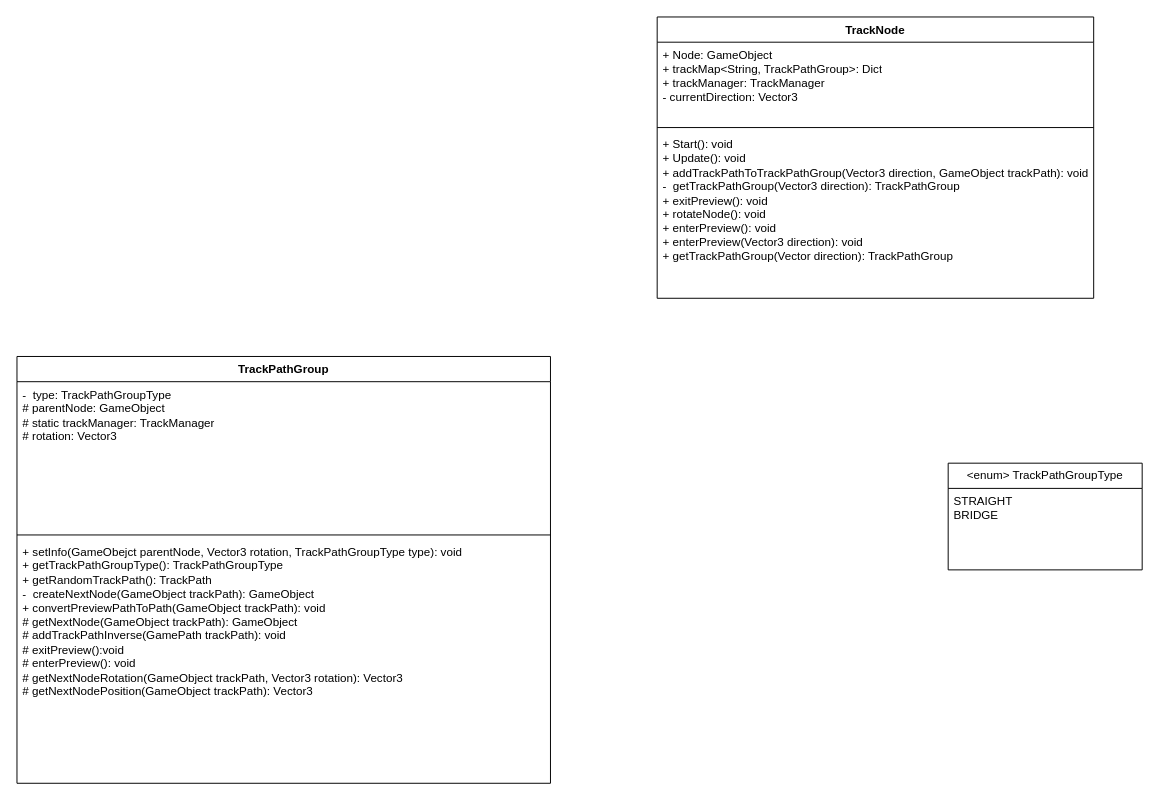
Before: Untitled Diagram.drawio in imohamedibrahim/Random-Cricket, a draw.io diagram. Source tidied: cells renumbered, new cells numbered last; positions are measured from the earlier drawing's top-left corner, leaving out a move shared by most shapes. Both pictures are drawn from the tidied source at 97%, with x=0, y=0 at pixel (16, 16).
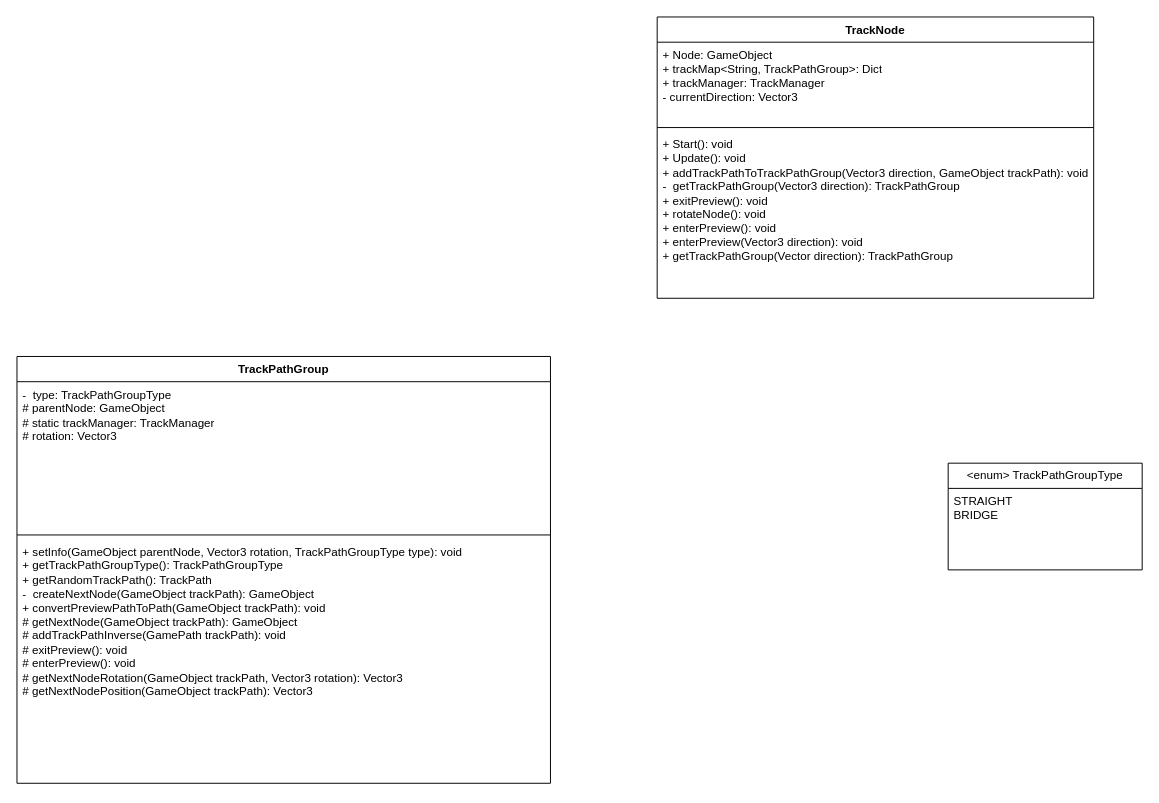
The same diagram, later.

Commit message:
Update TrackPathGroup class

The edit, as a diff of the source:
```diff
@@
 <mxGraphModel>
   <root>
     <mxCell id="0" />
     <mxCell id="1" parent="0" />
     <mxCell id="2" value="TrackNode" style="swimlane;fontStyle=1;align=center;verticalAlign=top;horizontal=1;startSize=26;whiteSpace=wrap;html=1;" parent="1" vertex="1">
       <mxGeometry x="660" width="450" height="290" as="geometry" />
     </mxCell>
     <mxCell id="3" value="+ Node: GameObject&lt;br&gt;+ trackMap&amp;lt;String, TrackPathGroup&amp;gt;: Dict&lt;br&gt;+ trackManager: TrackManager&lt;br&gt;- currentDirection: Vector3" style="text;strokeColor=none;fillColor=none;align=left;verticalAlign=top;spacingLeft=4;spacingRight=4;overflow=hidden;whiteSpace=wrap;html=1;" parent="2" vertex="1">
       <mxGeometry y="26" width="450" height="84" as="geometry" />
     </mxCell>
     <mxCell id="4" style="line;strokeWidth=1;fillColor=none;align=left;verticalAlign=middle;spacingTop=-1;spacingLeft=3;spacingRight=3;labelPosition=right;strokeColor=inherit;" parent="2" vertex="1">
       <mxGeometry y="110" width="450" height="8" as="geometry" />
     </mxCell>
     <mxCell id="5" value="+ Start(): void&lt;br&gt;+ Update(): void&lt;br&gt;+ addTrackPathToTrackPathGroup(Vector3 direction, GameObject trackPath): void&lt;br&gt;-&amp;nbsp; getTrackPathGroup(Vector3 direction): TrackPathGroup&lt;br&gt;+ exitPreview(): void&lt;br&gt;+ rotateNode(): void&lt;br&gt;+ enterPreview(): void&lt;br&gt;+ enterPreview(Vector3 direction): void&lt;br&gt;+ getTrackPathGroup(Vector direction): TrackPathGroup" style="text;strokeColor=none;fillColor=none;align=left;verticalAlign=top;spacingLeft=4;spacingRight=4;overflow=hidden;whiteSpace=wrap;html=1;" parent="2" vertex="1">
       <mxGeometry y="118" width="450" height="172" as="geometry" />
     </mxCell>
     <mxCell id="6" value="TrackPathGroup" style="swimlane;fontStyle=1;align=center;verticalAlign=top;horizontal=1;startSize=26;whiteSpace=wrap;html=1;" parent="1" vertex="1">
       <mxGeometry y="350" width="550" height="440" as="geometry" />
     </mxCell>
     <mxCell id="7" value="-&amp;nbsp; type: TrackPathGroupType&lt;br&gt;# parentNode: GameObject&lt;br&gt;# static trackManager: TrackManager&lt;br&gt;# rotation: Vector3&lt;br&gt;&amp;nbsp;" style="text;strokeColor=none;fillColor=none;align=left;verticalAlign=top;spacingLeft=4;spacingRight=4;overflow=hidden;whiteSpace=wrap;html=1;" parent="6" vertex="1">
       <mxGeometry y="26" width="550" height="154" as="geometry" />
     </mxCell>
     <mxCell id="8" style="line;strokeWidth=1;fillColor=none;align=left;verticalAlign=middle;spacingTop=-1;spacingLeft=3;spacingRight=3;labelPosition=right;strokeColor=inherit;" parent="6" vertex="1">
       <mxGeometry y="180" width="550" height="8" as="geometry" />
     </mxCell>
-    <mxCell id="9" value="+ setInfo(GameObejct parentNode, Vector3 rotation, TrackPathGroupType type): void&lt;br&gt;+ getTrackPathGroupType(): TrackPathGroupType&lt;br&gt;+ getRandomTrackPath(): TrackPath&lt;br&gt;-&amp;nbsp; createNextNode(GameObject trackPath): GameObject&lt;br&gt;+&amp;nbsp;convertPreviewPathToPath(GameObject trackPath): void&lt;br&gt;# getNextNode(GameObject trackPath): GameObject&lt;br&gt;#&amp;nbsp;addTrackPathInverse(GamePath trackPath): void&lt;br&gt;# exitPreview():void&lt;br&gt;# enterPreview(): void&lt;br&gt;#&amp;nbsp;getNextNodeRotation(GameObject trackPath, Vector3 rotation): Vector3&lt;br&gt;#&amp;nbsp;getNextNodePosition(GameObject trackPath): Vector3&lt;br&gt;&lt;br&gt;&lt;br&gt;&lt;br&gt;&lt;br&gt;&lt;br&gt;" style="text;strokeColor=none;fillColor=none;align=left;verticalAlign=top;spacingLeft=4;spacingRight=4;overflow=hidden;whiteSpace=wrap;html=1;" parent="6" vertex="1">
+    <mxCell id="9" value="+ setInfo(GameObject parentNode, Vector3 rotation, TrackPathGroupType type): void&lt;br&gt;+ getTrackPathGroupType(): TrackPathGroupType&lt;br&gt;+ getRandomTrackPath(): TrackPath&lt;br&gt;-&amp;nbsp; createNextNode(GameObject trackPath): GameObject&lt;br&gt;+&amp;nbsp;convertPreviewPathToPath(GameObject trackPath): void&lt;br&gt;# getNextNode(GameObject trackPath): GameObject&lt;br&gt;#&amp;nbsp;addTrackPathInverse(GamePath trackPath): void&lt;br&gt;# exitPreview(): void&lt;br&gt;# enterPreview(): void&lt;br&gt;#&amp;nbsp;getNextNodeRotation(GameObject trackPath, Vector3 rotation): Vector3&lt;br&gt;#&amp;nbsp;getNextNodePosition(GameObject trackPath): Vector3&lt;br&gt;&lt;br&gt;&lt;br&gt;&lt;br&gt;" style="text;strokeColor=none;fillColor=none;align=left;verticalAlign=top;spacingLeft=4;spacingRight=4;overflow=hidden;whiteSpace=wrap;html=1;" parent="6" vertex="1">
       <mxGeometry y="188" width="550" height="252" as="geometry" />
     </mxCell>
     <mxCell id="10" value="&amp;lt;enum&amp;gt; TrackPathGroupType" style="swimlane;fontStyle=0;horizontal=1;startSize=26;fillColor=none;whiteSpace=wrap;html=1;" parent="1" vertex="1">
       <mxGeometry x="960" y="460" width="200" height="110" as="geometry" />
     </mxCell>
     <mxCell id="11" value="STRAIGHT&lt;br&gt;BRIDGE&lt;span style=&quot;white-space: pre;&quot;&gt; &lt;/span&gt;" style="text;strokeColor=none;fillColor=none;align=left;verticalAlign=top;spacingLeft=4;spacingRight=4;overflow=hidden;whiteSpace=wrap;html=1;" parent="10" vertex="1">
       <mxGeometry y="26" width="200" height="84" as="geometry" />
     </mxCell>
   </root>
 </mxGraphModel>
```
